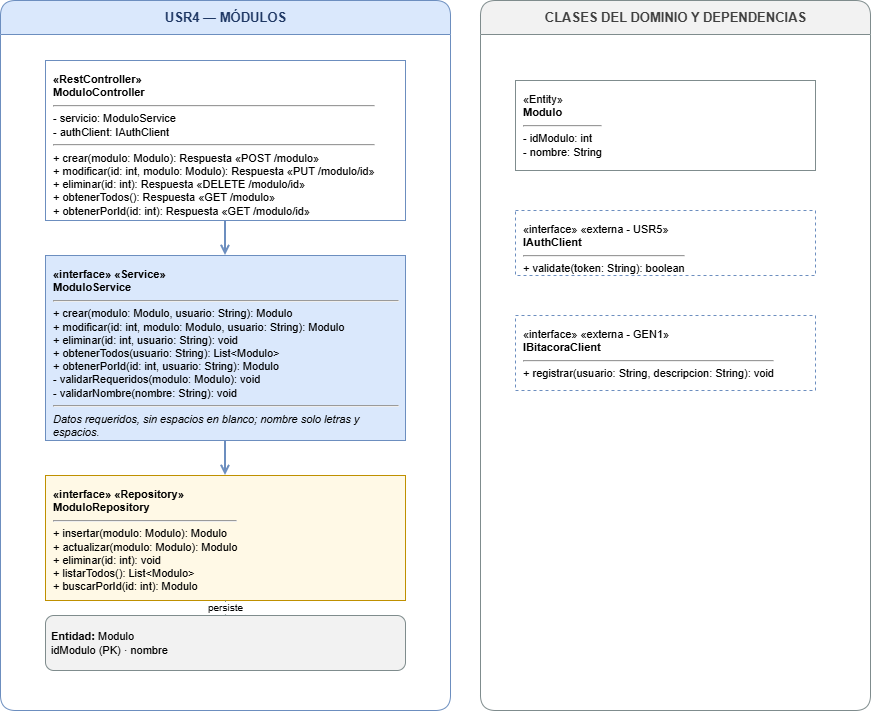
Before: Documentacion/Diagramas Generales/Clases/Microservicios/DiagramaClases_AdministracionModulos.png, a diagram exported from draw.io (AskingManCode/MetaU). Source tidied: cells renumbered, new cells last; positions are measured from the earlier drawing's top-left corner, leaving out a move shared by most shapes.
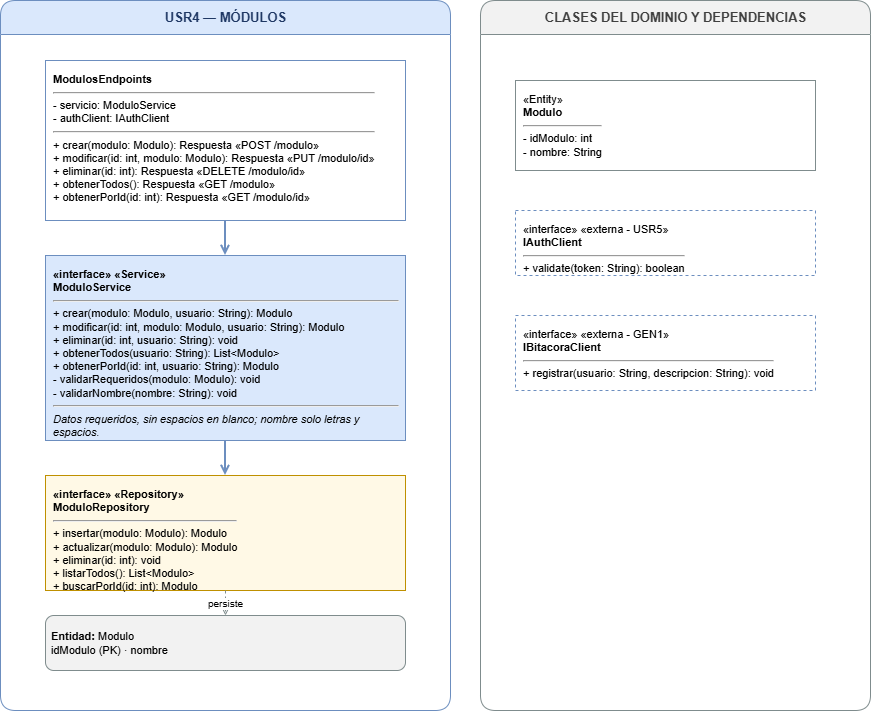
After the commit.

Commit message:
fix(diagramas): usar Endpoints en vez de Controller, HU USR4 (#53)

Change to the diagram source:
```diff
@@ -8,14 +8,14 @@
     <mxCell id="3" value="CLASES DEL DOMINIO Y DEPENDENCIAS" style="swimlane;html=1;startSize=34;horizontal=1;rounded=1;fillColor=#F2F2F2;swimlaneFillColor=#FFFFFF;strokeColor=#7F8C8D;fontColor=#404040;fontStyle=1;fontSize=13;" parent="1" vertex="1">
       <mxGeometry x="480" width="390" height="710" as="geometry" />
     </mxCell>
-    <mxCell id="4" value="&lt;b&gt;&amp;laquo;RestController&amp;raquo;&lt;br&gt;ModuloController&lt;/b&gt;&lt;hr&gt;- servicio: ModuloService&lt;br&gt;- authClient: IAuthClient&lt;hr&gt;+ crear(modulo: Modulo): Respuesta  &amp;laquo;POST /modulo&amp;raquo;&lt;br&gt;+ modificar(id: int, modulo: Modulo): Respuesta  &amp;laquo;PUT /modulo/id&amp;raquo;&lt;br&gt;+ eliminar(id: int): Respuesta  &amp;laquo;DELETE /modulo/id&amp;raquo;&lt;br&gt;+ obtenerTodos(): Respuesta  &amp;laquo;GET /modulo&amp;raquo;&lt;br&gt;+ obtenerPorId(id: int): Respuesta  &amp;laquo;GET /modulo/id&amp;raquo;" style="rounded=0;whiteSpace=wrap;html=1;align=left;verticalAlign=top;spacing=8;fillColor=#FFFFFF;strokeColor=#6C8EBF;fontSize=11;" parent="1" vertex="1">
+    <mxCell id="4" value="&lt;b&gt;ModulosEndpoints&lt;/b&gt;&lt;hr&gt;- servicio: ModuloService&lt;br&gt;- authClient: IAuthClient&lt;hr&gt;+ crear(modulo: Modulo): Respuesta  &amp;laquo;POST /modulo&amp;raquo;&lt;br&gt;+ modificar(id: int, modulo: Modulo): Respuesta  &amp;laquo;PUT /modulo/id&amp;raquo;&lt;br&gt;+ eliminar(id: int): Respuesta  &amp;laquo;DELETE /modulo/id&amp;raquo;&lt;br&gt;+ obtenerTodos(): Respuesta  &amp;laquo;GET /modulo&amp;raquo;&lt;br&gt;+ obtenerPorId(id: int): Respuesta  &amp;laquo;GET /modulo/id&amp;raquo;" style="rounded=0;whiteSpace=wrap;html=1;align=left;verticalAlign=top;spacing=8;fillColor=#FFFFFF;strokeColor=#6C8EBF;fontSize=11;" parent="1" vertex="1">
       <mxGeometry x="45" y="60" width="360" height="160" as="geometry" />
     </mxCell>
     <mxCell id="5" value="&lt;b&gt;&amp;laquo;interface&amp;raquo; &amp;laquo;Service&amp;raquo;&lt;br&gt;ModuloService&lt;/b&gt;&lt;hr&gt;+ crear(modulo: Modulo, usuario: String): Modulo&lt;br&gt;+ modificar(id: int, modulo: Modulo, usuario: String): Modulo&lt;br&gt;+ eliminar(id: int, usuario: String): void&lt;br&gt;+ obtenerTodos(usuario: String): List&amp;lt;Modulo&amp;gt;&lt;br&gt;+ obtenerPorId(id: int, usuario: String): Modulo&lt;br&gt;- validarRequeridos(modulo: Modulo): void&lt;br&gt;- validarNombre(nombre: String): void&lt;hr&gt;&lt;i&gt;Datos requeridos, sin espacios en blanco; nombre solo letras y espacios.&lt;/i&gt;" style="rounded=0;whiteSpace=wrap;html=1;align=left;verticalAlign=top;spacing=8;fillColor=#DAE8FC;strokeColor=#6C8EBF;fontSize=11;" parent="1" vertex="1">
       <mxGeometry x="45" y="255" width="360" height="185" as="geometry" />
     </mxCell>
     <mxCell id="6" value="&lt;b&gt;&amp;laquo;interface&amp;raquo; &amp;laquo;Repository&amp;raquo;&lt;br&gt;ModuloRepository&lt;/b&gt;&lt;hr&gt;+ insertar(modulo: Modulo): Modulo&lt;br&gt;+ actualizar(modulo: Modulo): Modulo&lt;br&gt;+ eliminar(id: int): void&lt;br&gt;+ listarTodos(): List&amp;lt;Modulo&amp;gt;&lt;br&gt;+ buscarPorId(id: int): Modulo" style="rounded=0;whiteSpace=wrap;html=1;align=left;verticalAlign=top;spacing=8;fillColor=#FFF9E6;strokeColor=#BF9000;fontSize=11;" parent="1" vertex="1">
-      <mxGeometry x="45" y="475" width="360" height="125" as="geometry" />
+      <mxGeometry x="45" y="475" width="360" height="115" as="geometry" />
     </mxCell>
     <mxCell id="7" value="&lt;b&gt;Entidad:&lt;/b&gt; Modulo&lt;br&gt;idModulo (PK) · nombre" style="rounded=1;whiteSpace=wrap;html=1;fillColor=#F2F2F2;strokeColor=#7F8C8D;fontSize=11;align=left;spacing=6;" parent="1" vertex="1">
       <mxGeometry x="45" y="615" width="360" height="55" as="geometry" />
```
